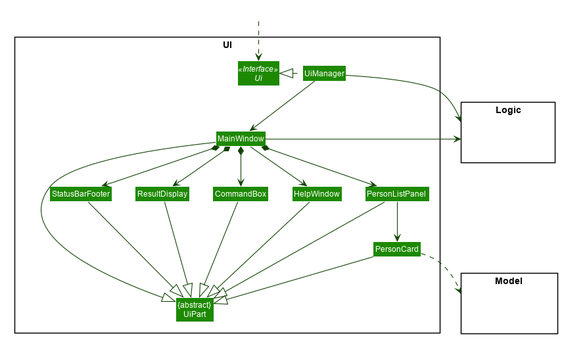
Above: docs/images/UiClassDiagram.png in nus-cs2103-AY2021S2/tp (PlantUML), before the change.
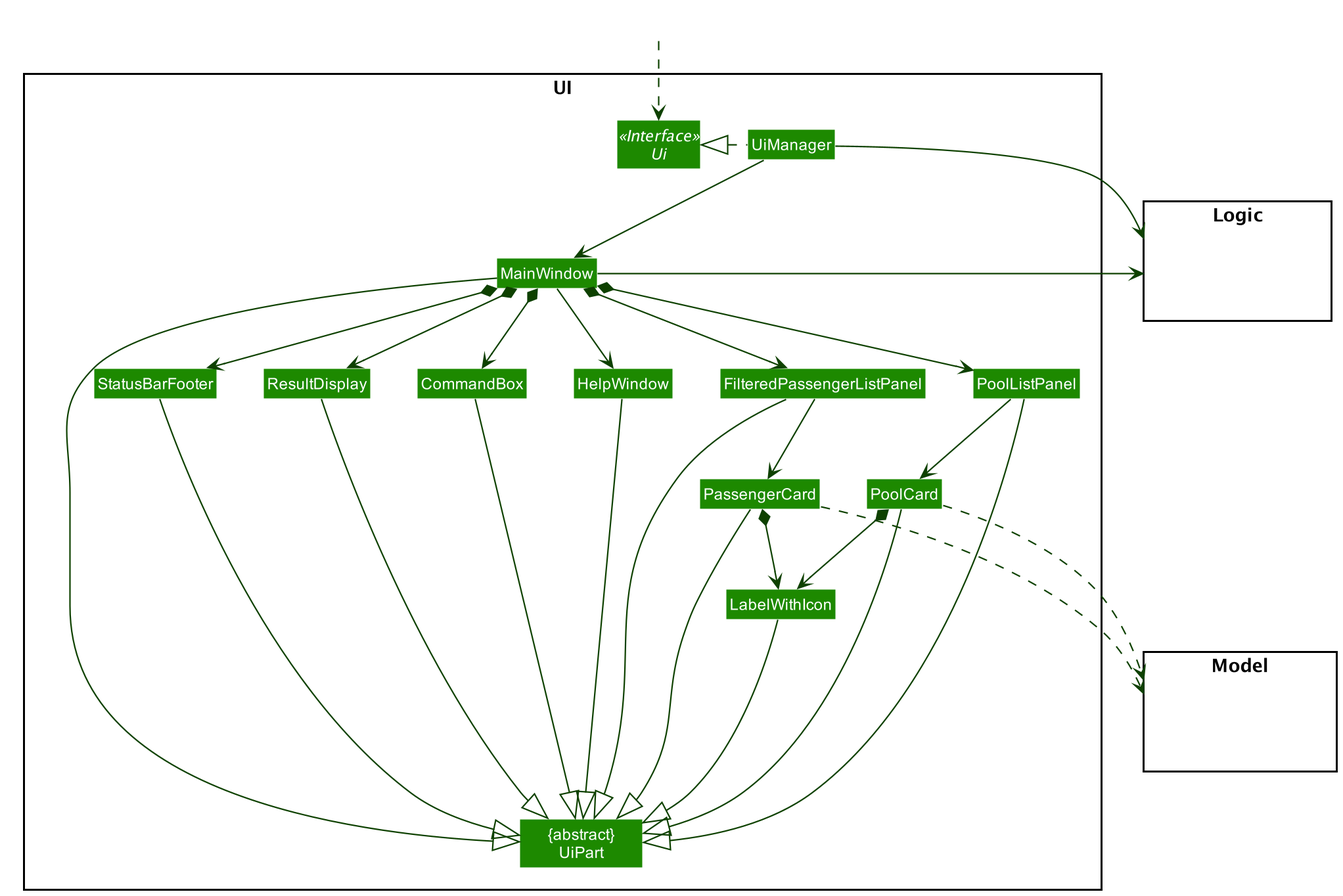
Later version of the same file.

Commit message:
Update UML diagram for UI

Diff of the diagram source:
```diff
@@ -1,67 +1,23 @@
 @startuml
-
-
-
-
-
-
-
-
-skinparam BackgroundColor #FFFFFFF
-
-skinparam Shadowing false
-
-skinparam Class {
-    FontColor #FFFFFF
-    BorderThickness 1
-    BorderColor #FFFFFF
-    StereotypeFontColor #FFFFFF
-    FontName Arial
-}
-
-skinparam Actor {
-    BorderColor #000000
-    Color #000000
-    FontName Arial
-}
-
-skinparam Sequence {
-    MessageAlign center
-    BoxFontSize 15
-    BoxPadding 0
-    BoxFontColor #FFFFFF
-    FontName Arial
-}
-
-skinparam Participant {
-    FontColor #FFFFFFF
-    Padding 20
-}
-
-skinparam MinClassWidth 50
-skinparam ParticipantPadding 10
-skinparam Shadowing false
-skinparam DefaultTextAlignment center
-skinparam packageStyle Rectangle
-
-hide footbox
-hide members
-hide circle
+!include style.puml
 skinparam arrowThickness 1.1
-skinparam arrowColor #0E4100
-skinparam classBackgroundColor #1D8900
+skinparam arrowColor UI_COLOR_T4
+skinparam classBackgroundColor UI_COLOR
 
 package UI <<Rectangle>>{
 Interface Ui <<Interface>>
-Class "{abstract}\nUiPart" as UiPart
+Class "     {abstract}     \n         UiPart         " as UiPart
 Class UiManager
 Class MainWindow
 Class HelpWindow
 Class ResultDisplay
-Class PersonListPanel
-Class PersonCard
+Class FilteredPassengerListPanel
+Class PassengerCard
 Class StatusBarFooter
 Class CommandBox
+Class PoolListPanel
+Class PoolCard
+Class LabelWithIcon
 }
 
 package Model <<Rectangle>> {
@@ -80,28 +36,40 @@
 MainWindow --> HelpWindow
 MainWindow *-down-> CommandBox
 MainWindow *-down-> ResultDisplay
-MainWindow *-down-> PersonListPanel
+MainWindow *-down-> FilteredPassengerListPanel
 MainWindow *-down-> StatusBarFooter
+MainWindow *-down-> PoolListPanel
 
-PersonListPanel -down-> PersonCard
+FilteredPassengerListPanel -down-> PassengerCard
+
+PoolListPanel -down-> PoolCard
 
 MainWindow -left-|> UiPart
 
 ResultDisplay --|> UiPart
 CommandBox --|> UiPart
-PersonListPanel --|> UiPart
-PersonCard --|> UiPart
+FilteredPassengerListPanel ---|> UiPart
+PoolListPanel ----|> UiPart
+PassengerCard ---|> UiPart
+PoolCard ----|> UiPart
 StatusBarFooter --|> UiPart
 HelpWindow -down-|> UiPart
+LabelWithIcon --|> UiPart
 
-PersonCard ..> Model
+PoolCard ..right..> Model
+PassengerCard .down..> Model
 UiManager -right-> Logic
 MainWindow -left-> Logic
 
-PersonListPanel -[hidden]left- HelpWindow
+PoolCard *-down-> LabelWithIcon
+PassengerCard *-down-> LabelWithIcon
+
+FilteredPassengerListPanel -[hidden]left- HelpWindow
+PoolCard -[hidden]left- HelpWindow
 HelpWindow -[hidden]left- CommandBox
 CommandBox -[hidden]left- ResultDisplay
 ResultDisplay -[hidden]left- StatusBarFooter
+PoolCard -[hidden]left- PassengerCard
 
 MainWindow -[hidden]-|> UiPart
 @enduml
```
